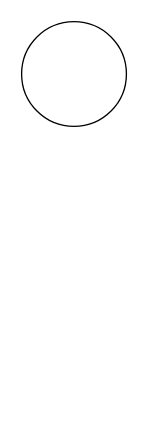
pilsner91/SEP3 keeps this draw.io diagram as Unavngivet diagram.drawio. Above is the earlier version. Source tidied: cells renumbered, new cells numbered last; positions are measured from the earlier drawing's top-left corner, leaving out a move shared by most shapes. Both pictures are drawn from the tidied source at 131%, with x=0, y=0 at pixel (21, 21).
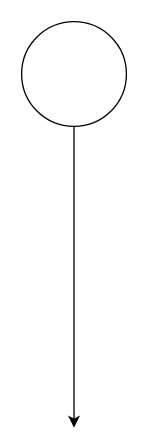
Above is the later version.

The edit, as a diff of the source:
```diff
@@
 <mxGraphModel>
   <root>
     <mxCell id="0" />
     <mxCell id="1" parent="0" />
     <mxCell id="2" style="ellipse;whiteSpace=wrap;html=1;" parent="1" vertex="1">
       <mxGeometry width="80" height="80" as="geometry" />
     </mxCell>
+    <mxCell id="3" style="edgeStyle=orthogonalEdgeStyle;rounded=0;jettySize=auto;html=1;" parent="1" edge="1" source="2">
+      <mxGeometry relative="1" as="geometry">
+        <mxPoint x="40" y="310" as="targetPoint" />
+        <Array as="points">
+          <mxPoint x="40" y="140" />
+        </Array>
+      </mxGeometry>
+    </mxCell>
   </root>
 </mxGraphModel>
```
